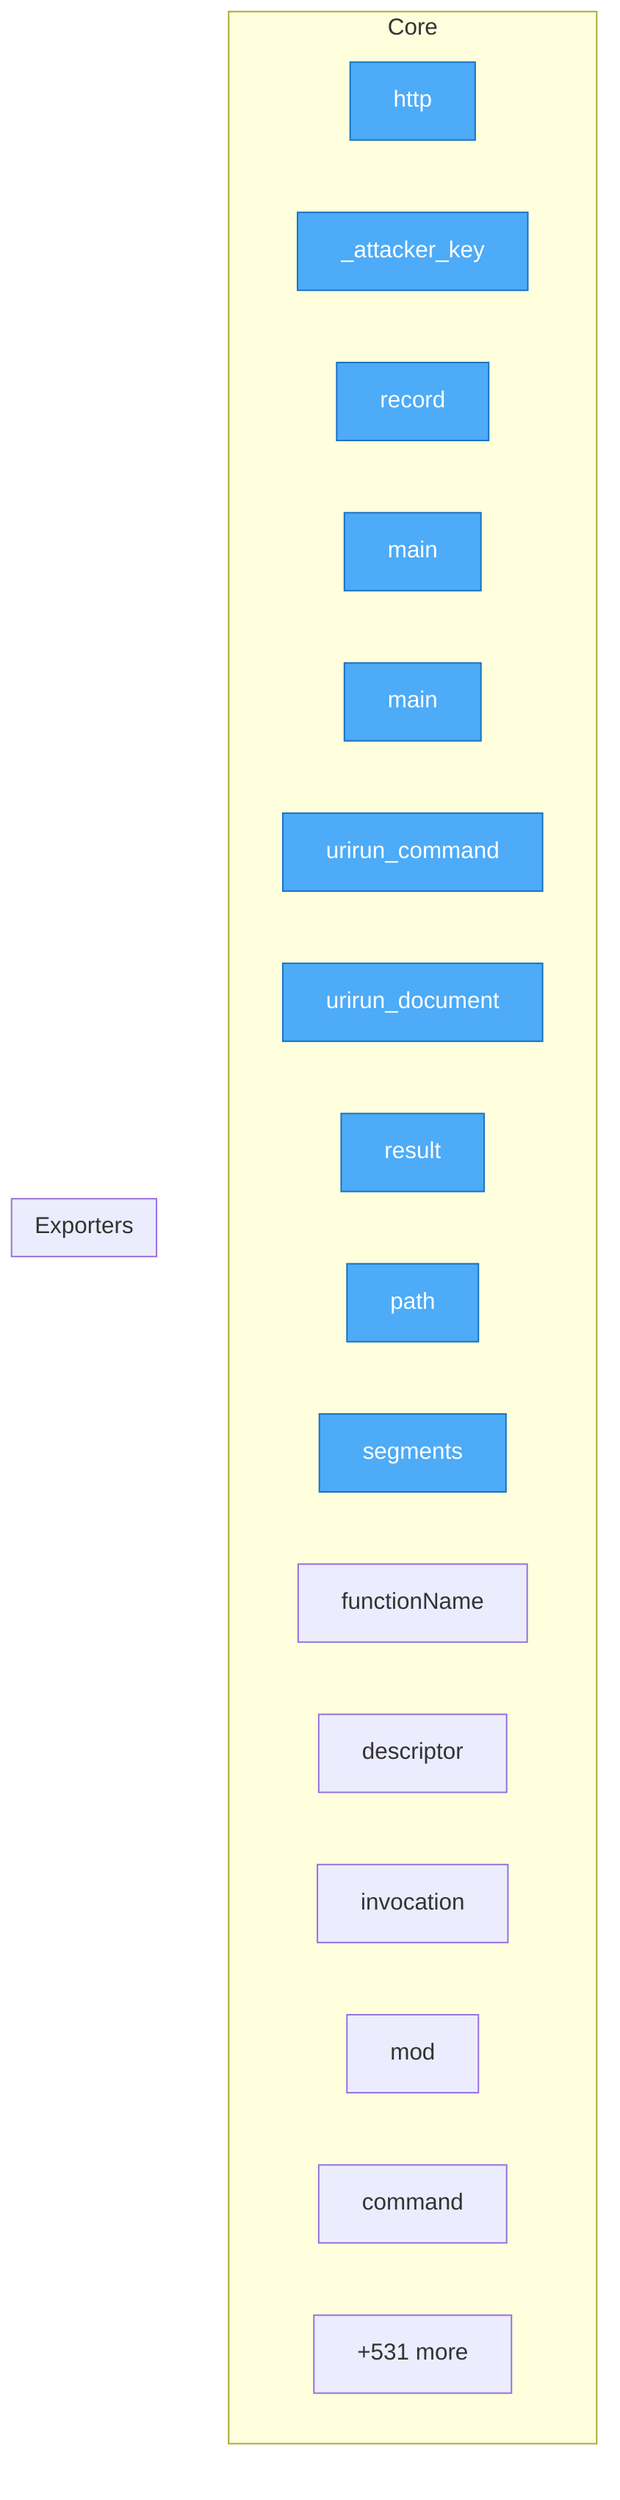
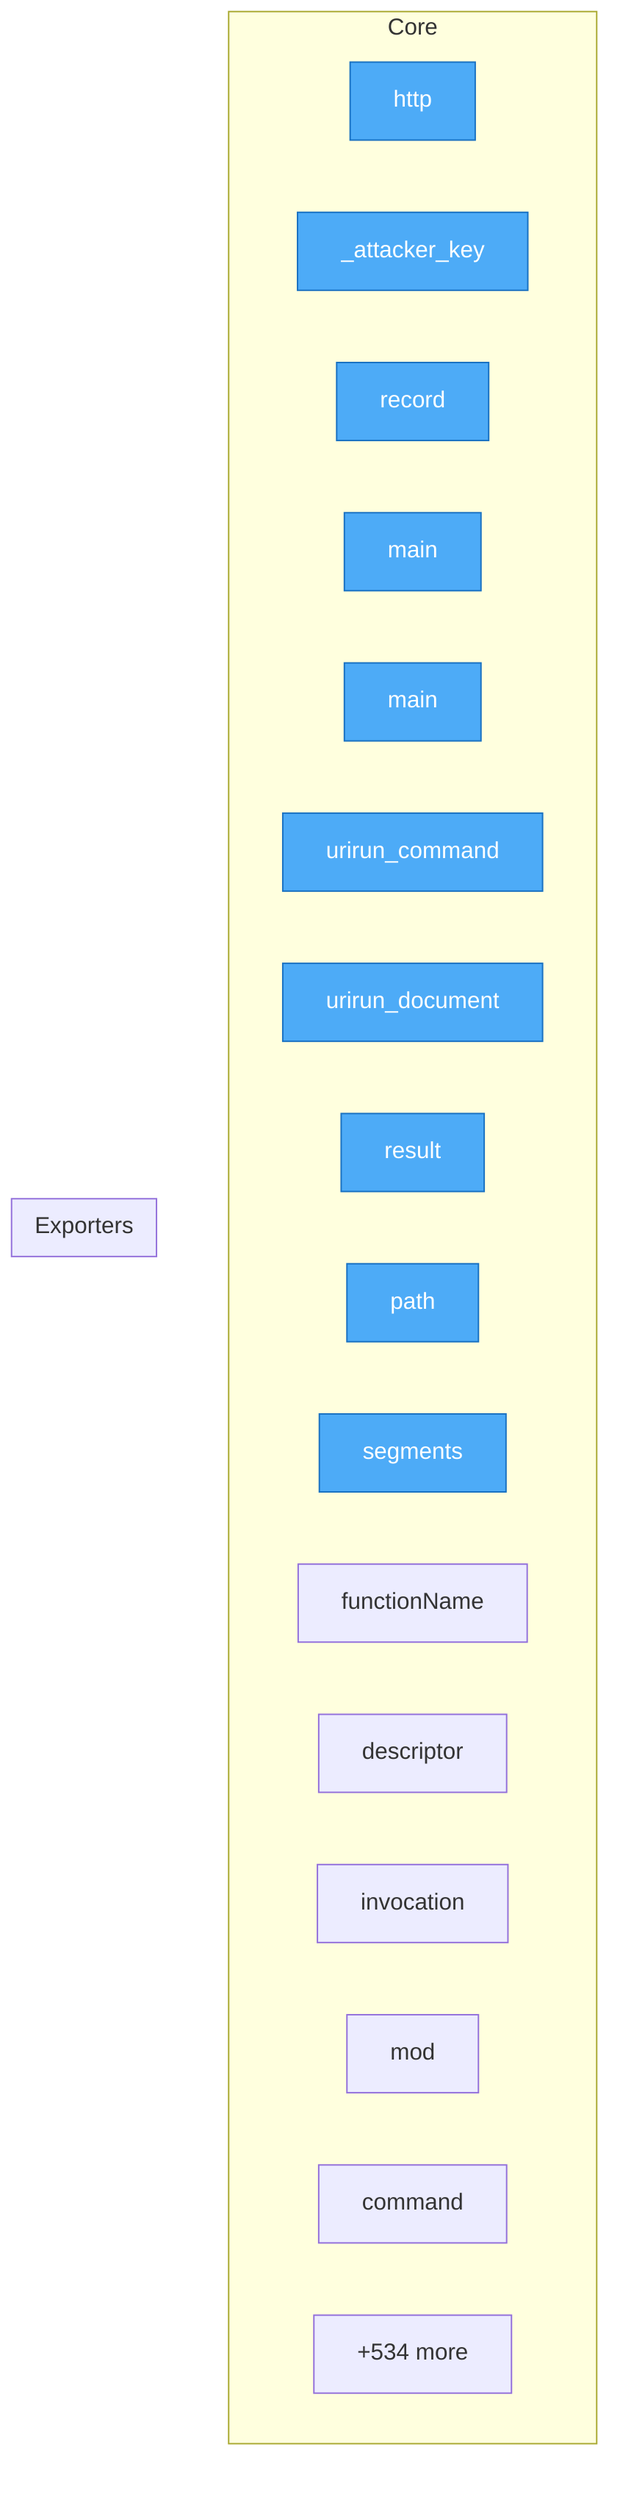
flowchart TD
- %% generated in 0.03s
+ %% generated in 0.06s

    %% Entry points (blue)
    classDef entry fill:#4dabf7,stroke:#1971c2,color:#fff

    subgraph Core
        security__mesh_probe__probe__http["http"]
        security__mesh_probe__probe___attacker_key["_attacker_key"]
        security__mesh_probe__probe__record["record"]
        adapters__conformance__main["main"]
        adapters__new_connector__main["main"]
        adapters__bash__urirun__urirun_command["urirun_command"]
        adapters__bash__urirun__urirun_document["urirun_document"]
        adapters__js__index__test__result["result"]
        adapters__js__path["path"]
        adapters__js__segments["segments"]
        adapters__js__functionName["functionName"]
        adapters__js__descriptor["descriptor"]
        adapters__js__invocation["invocation"]
        adapters__js__mod["mod"]
        adapters__java__Urirun__Urirun__command["command"]
-         ...["+531 more"]
+         ...["+534 more"]
    end

    subgraph Exporters
    end

    class security__mesh_probe__probe__http,security__mesh_probe__probe___attacker_key,security__mesh_probe__probe__record,adapters__conformance__main,adapters__new_connector__main,adapters__bash__urirun__urirun_command,adapters__bash__urirun__urirun_document,adapters__js__index__test__result,adapters__js__path,adapters__js__segments entry
